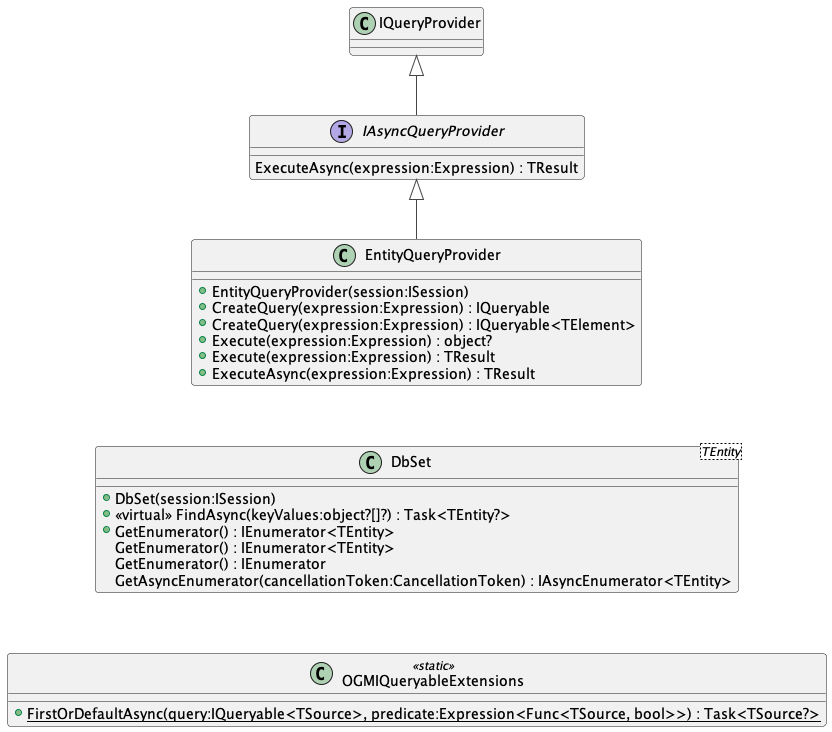
This is content/QueryProvider.png from TomStary/masters-thesis, a PlantUML export, as it was before one commit.
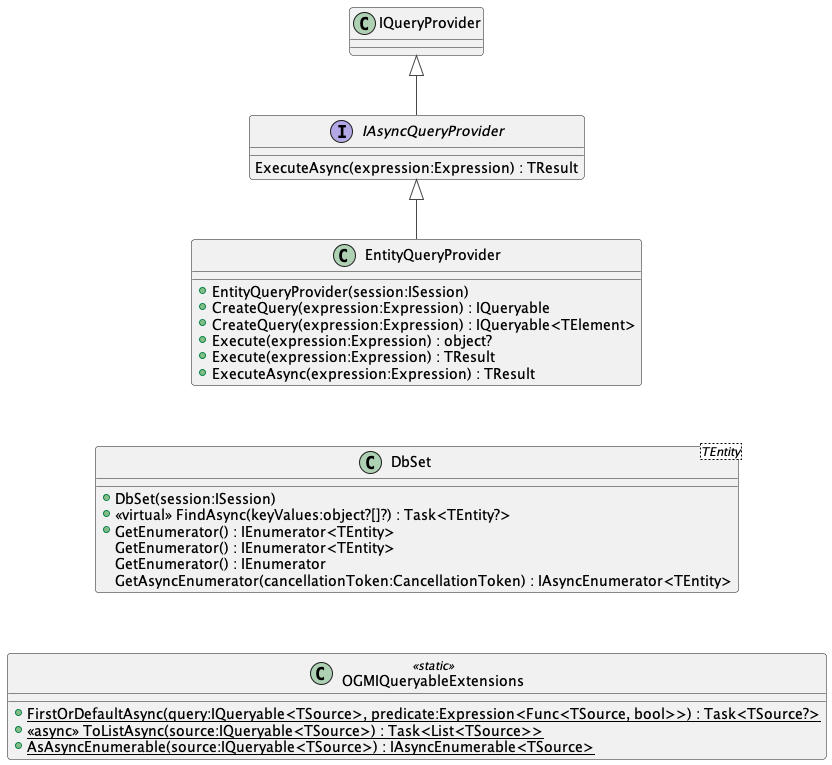
After the commit.

Change to the diagram source:
```diff
@@ -27,6 +27,8 @@
 
 class OGMIQueryableExtensions <<static>> {
     + {static} FirstOrDefaultAsync(query:IQueryable<TSource>, predicate:Expression<Func<TSource, bool>>) : Task<TSource?>
+    + {static} <<async>> ToListAsync(source:IQueryable<TSource>) : Task<List<TSource>>
+    + {static} AsAsyncEnumerable(source:IQueryable<TSource>) : IAsyncEnumerable<TSource>
 }
 
 DbSet -[hidden]-> OGMIQueryableExtensions
```
